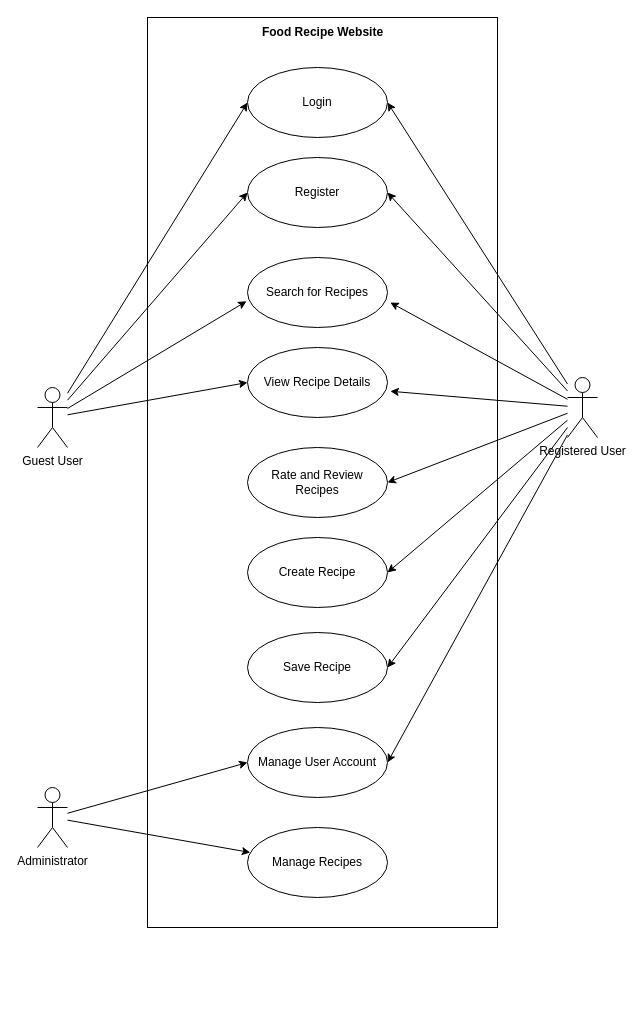
Earlier version of the draw.io diagram Use Case Recipe web.drawio (ziard47/Diagram). Source tidied: cells renumbered, new cells numbered last; positions are measured from the earlier drawing's top-left corner, leaving out a move shared by most shapes. Both pictures are drawn from the tidied source at 100%, with x=0, y=0 at pixel (37, 17).
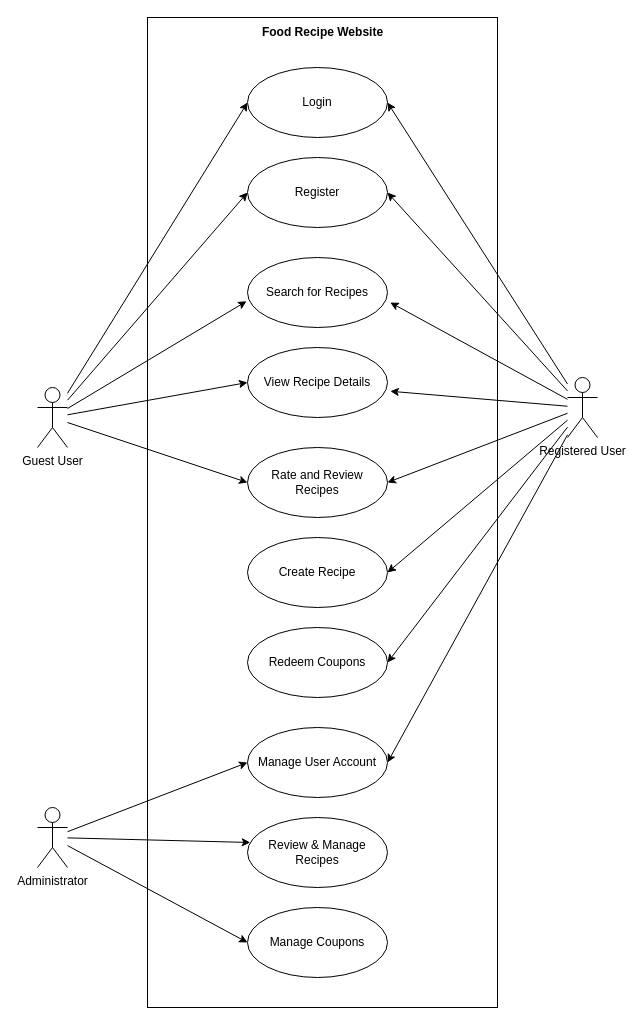
After the change.

The change refers to these unchanged cells:
```xml
<mxCell id="10" value="Registered User" style="shape=umlActor;verticalLabelPosition=bottom;verticalAlign=top;html=1;" parent="1" vertex="1">
  <mxGeometry x="530" y="360" width="30" height="60" as="geometry" />
</mxCell>
<mxCell id="15" value="Guest User" style="shape=umlActor;verticalLabelPosition=bottom;verticalAlign=top;html=1;" parent="1" vertex="1">
  <mxGeometry y="370" width="30" height="60" as="geometry" />
</mxCell>
<mxCell id="21" value="Rate and Review Recipes" style="ellipse;whiteSpace=wrap;html=1;" parent="1" vertex="1">
  <mxGeometry x="210" y="430" width="140" height="70" as="geometry" />
</mxCell>
```

Diff of the diagram source:
```diff
@@
+    <mxCell id="28" style="html=1;whiteSpace=wrap;fillColor=none;" parent="1" vertex="1">
+      <mxGeometry x="110" width="350" height="990" as="geometry" />
+    </mxCell>
@@
-    <mxCell id="6" style="edgeStyle=none;rounded=0;jettySize=auto;html=1;entryX=1;entryY=0.5;entryDx=0;entryDy=0;" parent="1" edge="1" source="10" target="23">
-      <mxGeometry relative="1" as="geometry" />
-    </mxCell>
@@
+    <mxCell id="30" style="rounded=0;jettySize=auto;html=1;entryX=1;entryY=0.5;entryDx=0;entryDy=0;" parent="1" edge="1" source="10" target="33">
+      <mxGeometry relative="1" as="geometry" />
+    </mxCell>
@@
+    <mxCell id="31" style="rounded=0;jettySize=auto;html=1;entryX=0;entryY=0.5;entryDx=0;entryDy=0;" parent="1" edge="1" source="15" target="21">
+      <mxGeometry relative="1" as="geometry" />
+    </mxCell>
@@
+    <mxCell id="32" style="rounded=0;jettySize=auto;html=1;entryX=0;entryY=0.5;entryDx=0;entryDy=0;" parent="1" edge="1" source="18" target="34">
+      <mxGeometry relative="1" as="geometry" />
+    </mxCell>
     <mxCell id="18" value="Administrator " style="shape=umlActor;verticalLabelPosition=bottom;verticalAlign=top;html=1;" parent="1" vertex="1">
-      <mxGeometry y="770" width="30" height="60" as="geometry" />
+      <mxGeometry y="790" width="30" height="60" as="geometry" />
     </mxCell>
@@
-    <mxCell id="23" value="Save Recipe" style="ellipse;whiteSpace=wrap;html=1;" parent="1" vertex="1">
-      <mxGeometry x="210" y="615" width="140" height="70" as="geometry" />
-    </mxCell>
@@
-    <mxCell id="25" value="Manage Recipes " style="ellipse;whiteSpace=wrap;html=1;" parent="1" vertex="1">
-      <mxGeometry x="210" y="810" width="140" height="70" as="geometry" />
+    <mxCell id="25" value="Review &amp;amp; Manage Recipes" style="ellipse;whiteSpace=wrap;html=1;" parent="1" vertex="1">
+      <mxGeometry x="210" y="800" width="140" height="70" as="geometry" />
     </mxCell>
@@
-    <mxCell id="28" style="html=1;whiteSpace=wrap;fillColor=none;" parent="1" vertex="1">
-      <mxGeometry x="110" width="350" height="910" as="geometry" />
-    </mxCell>
@@
+    <mxCell id="33" value="Redeem Coupons" style="ellipse;whiteSpace=wrap;html=1;" parent="1" vertex="1">
+      <mxGeometry x="210" y="610" width="140" height="70" as="geometry" />
+    </mxCell>
+    <mxCell id="34" value="Manage Coupons" style="ellipse;whiteSpace=wrap;html=1;" parent="1" vertex="1">
+      <mxGeometry x="210" y="890" width="140" height="70" as="geometry" />
+    </mxCell>
```
